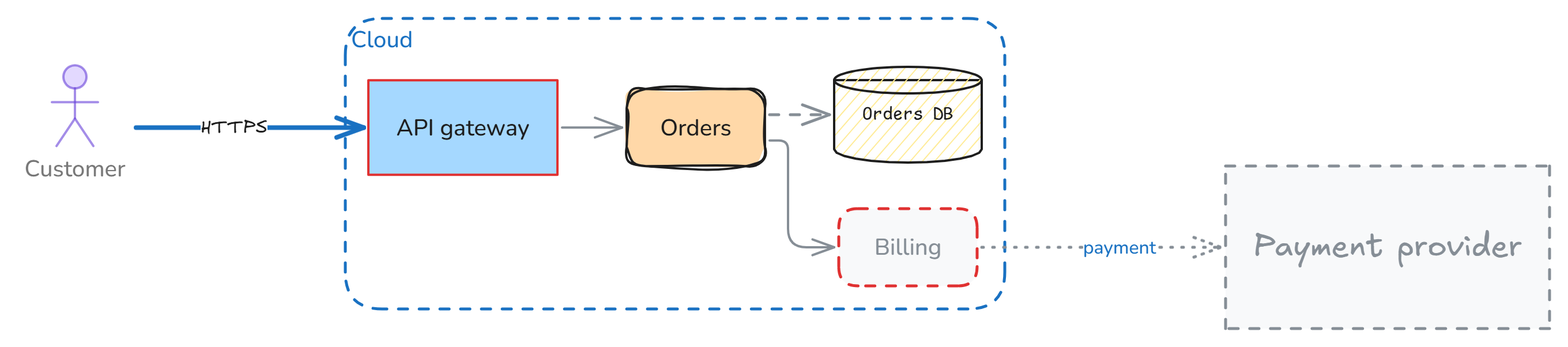
Above: docs/images/styling.png in markbac/arch-text (Excalidraw), before the change. Source tidied: one line per element, renumbered; positions are measured from the earlier drawing's top-left corner, leaving out a move shared by most shapes.
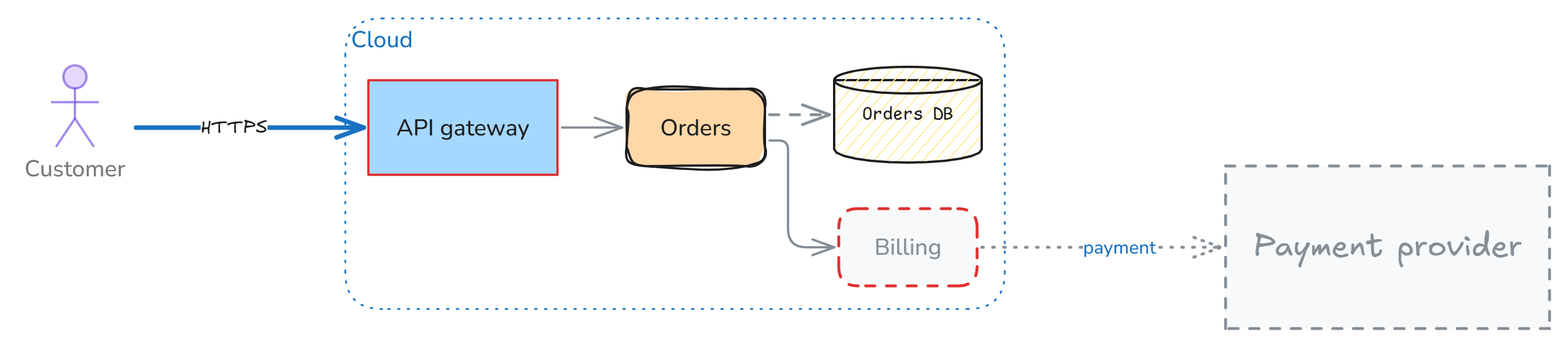
After the change.

Diff of the diagram source:
```diff
@@ -1,4 +1,4 @@
-{"id": 0, "type": "rectangle", "strokeColor": "#1971c2", "strokeWidth": 2, "strokeStyle": "dashed", "roughness": 0, "round": true, "x": 284, "y": 0, "width": 572, "height": 252}
+{"id": 0, "type": "rectangle", "strokeColor": "#1971c2", "strokeWidth": 1, "strokeStyle": "dotted", "roughness": 0, "round": true, "x": 284, "y": 0, "width": 572, "height": 252}
 {"id": 1, "type": "text", "text": "Cloud", "strokeColor": "#1971c2", "strokeWidth": 2, "roughness": 1, "fontSize": 20, "fontFamily": 6, "inside": 0, "x": 288, "y": 5, "width": 54, "height": 27}
 {"id": 2, "type": "rectangle", "strokeColor": "#e03131", "backgroundColor": "#a5d8ff", "fillStyle": "solid", "strokeWidth": 2, "roughness": 0, "x": 304, "y": 54, "width": 164, "height": 82}
 {"id": 3, "type": "text", "text": "API gateway", "strokeColor": "#1e1e1e", "strokeWidth": 2, "roughness": 1, "fontSize": 20, "fontFamily": 6, "textAlign": "center", "verticalAlign": "middle", "inside": 2, "x": 328, "y": 81, "width": 116, "height": 27}
```
